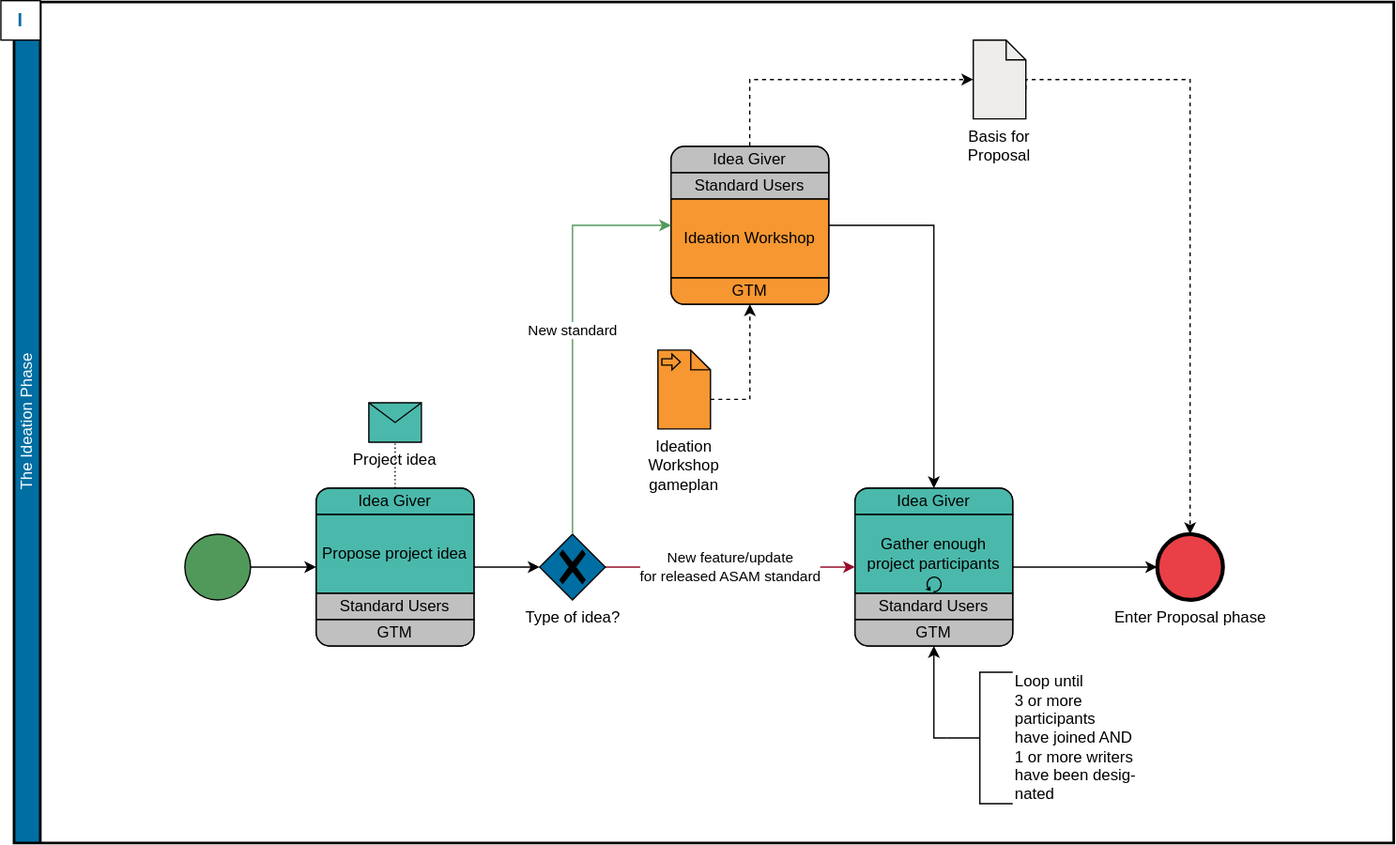
Earlier version of the draw.io export content/modules/compendium/assets/images/asam/ideation_phase.drawio.svg (asam-ev/asam-project-guide-content). Source tidied: cells renumbered, new cells last; positions are measured from the earlier drawing's top-left corner, leaving out a move shared by most shapes.
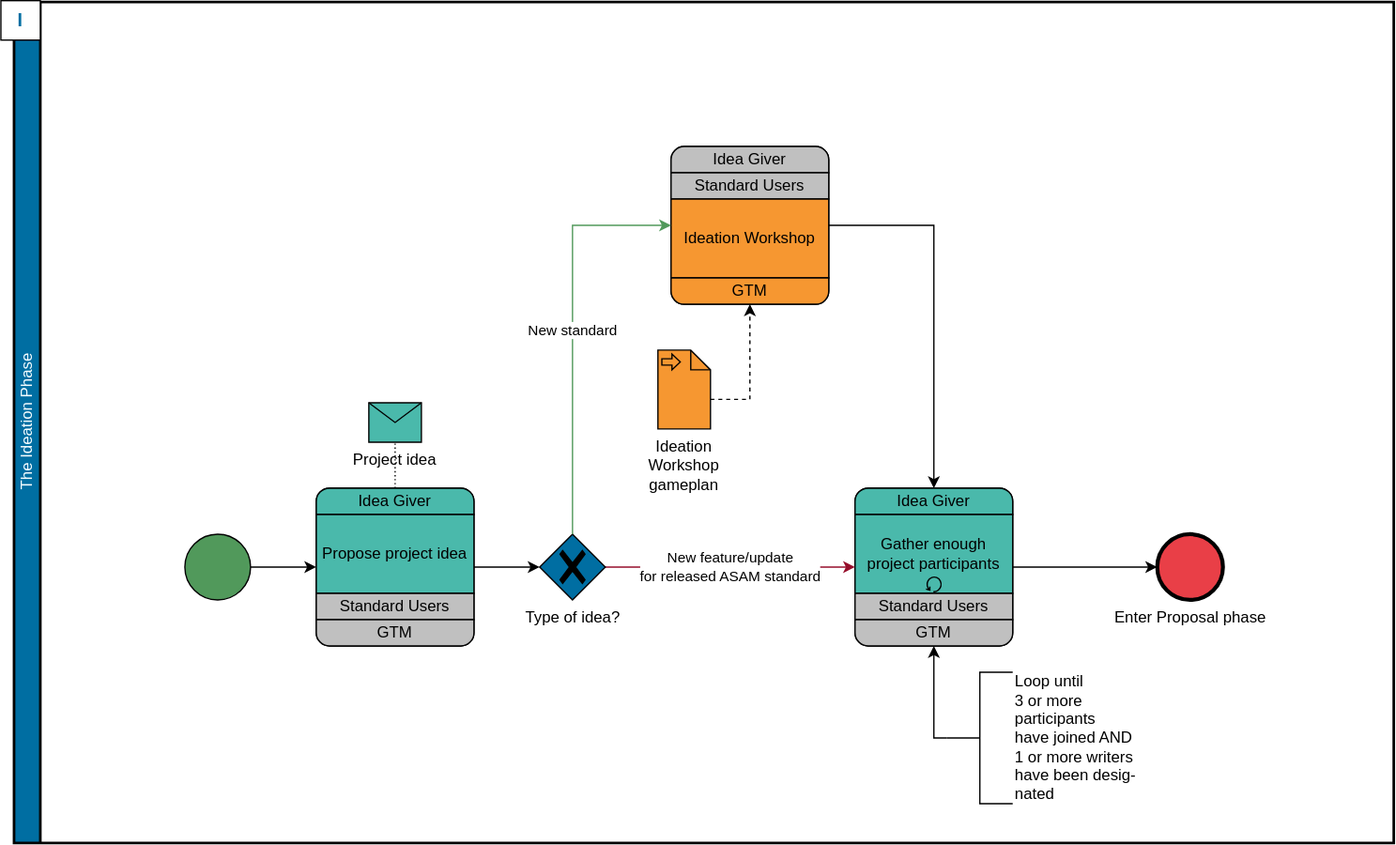
Later version of the same file.

Diff of the diagram source:
```diff
@@ -17,17 +17,6 @@
         </Array>
       </mxGeometry>
     </mxCell>
-    <mxCell id="5" style="edgeStyle=orthogonalEdgeStyle;rounded=0;jettySize=auto;html=1;entryX=0.5;entryY=0;entryDx=0;entryDy=0;dashed=1;entryPerimeter=0;exitX=0;exitY=0;exitDx=40;exitDy=37.5;exitPerimeter=0;" parent="2" edge="1" source="6" target="14">
-      <mxGeometry relative="1" as="geometry">
-        <Array as="points">
-          <mxPoint x="770" y="59" />
-          <mxPoint x="895" y="59" />
-        </Array>
-      </mxGeometry>
-    </mxCell>
-    <mxCell id="6" value="Basis for Proposal" style="shape=mxgraph.bpmn.data;labelPosition=center;verticalLabelPosition=bottom;align=center;verticalAlign=top;whiteSpace=wrap;size=15;html=1;fillColor=#EFEDEB;" parent="2" vertex="1">
-      <mxGeometry x="730" y="29" width="40" height="60" as="geometry" />
-    </mxCell>
     <mxCell id="7" style="rounded=1;whiteSpace=wrap;html=1;absoluteArcSize=1;arcSize=20;horizontal=1;fillColor=#4AB9AB;" parent="2" vertex="1">
       <mxGeometry x="500" y="110" width="120" height="120" as="geometry" />
     </mxCell>
@@ -43,13 +32,6 @@
     <mxCell id="11" value="GTM" style="shape=mxgraph.bpmn.task;taskMarker=abstract;rectStyle=rounded;isLoopSub=0;topLeftStyle=square;topRightStyle=square;whiteSpace=wrap;fillColor=#F69731;" parent="7" vertex="1">
       <mxGeometry y="100" width="120" height="20" as="geometry" />
     </mxCell>
-    <mxCell id="12" style="edgeStyle=orthogonalEdgeStyle;rounded=0;jettySize=auto;html=1;entryX=0;entryY=0.5;entryDx=0;entryDy=0;entryPerimeter=0;exitX=0.499;exitY=-0.018;exitDx=0;exitDy=0;exitPerimeter=0;dashed=1;endArrow=classic;endFill=1;" parent="2" edge="1" source="8" target="6">
-      <mxGeometry relative="1" as="geometry">
-        <Array as="points">
-          <mxPoint x="560" y="59" />
-        </Array>
-      </mxGeometry>
-    </mxCell>
     <mxCell id="13" style="edgeStyle=orthogonalEdgeStyle;rounded=0;jettySize=auto;html=1;exitX=1;exitY=0.5;exitDx=0;exitDy=0;" parent="2" edge="1" source="7" target="15">
       <mxGeometry relative="1" as="geometry" />
     </mxCell>
```
